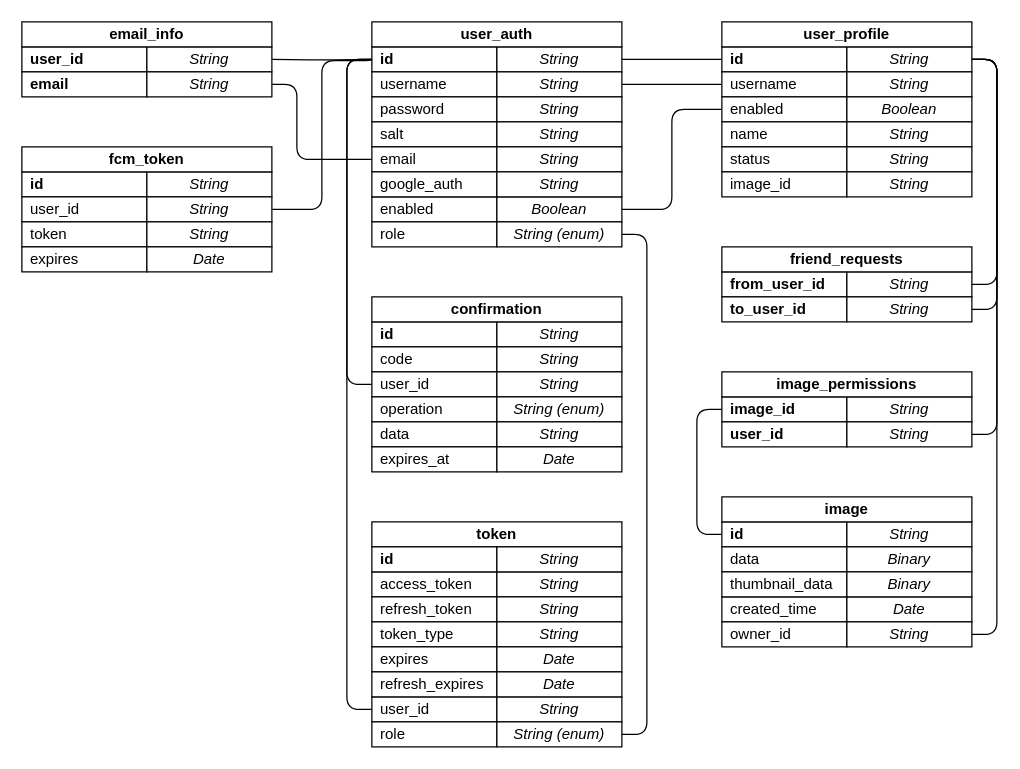
The draw.io diagram doc/db_schema.drawio in drsanches/photobooth, before the edit. Source tidied: cells renumbered, new cells numbered last; positions are measured from the earlier drawing's top-left corner, leaving out a move shared by most shapes. Both pictures are drawn from the tidied source at 125%, with x=0, y=0 at pixel (21, 21).
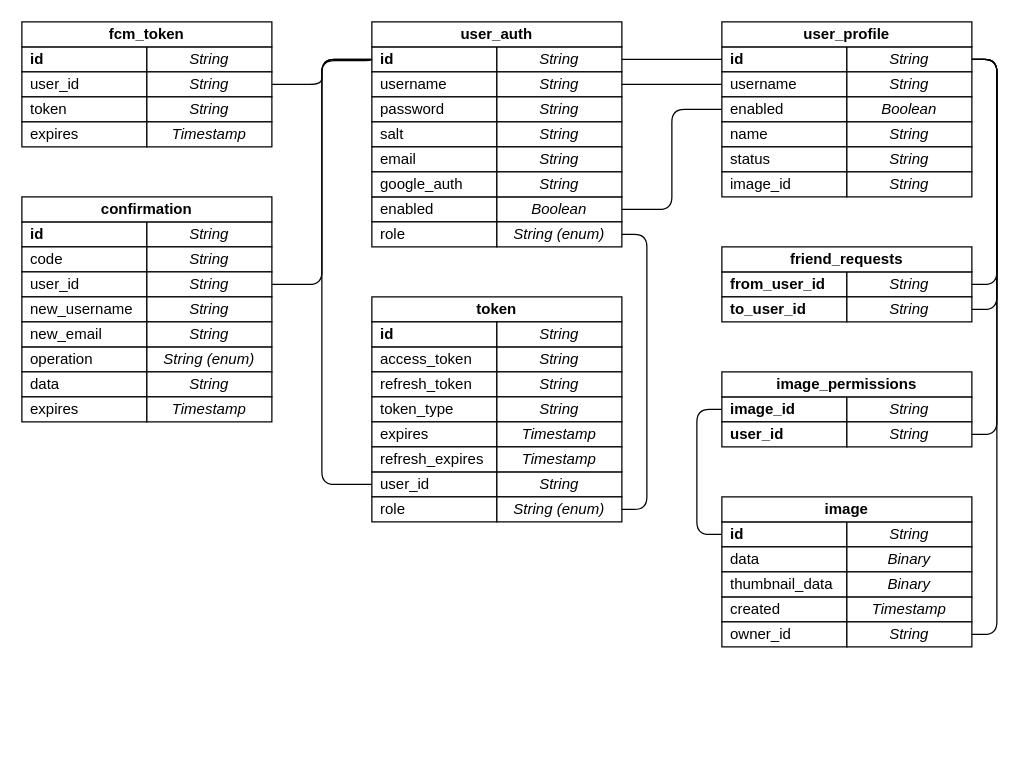
After the change.

The change refers to these unchanged cells:
```xml
<mxCell id="3" value="&lt;b&gt;id&lt;/b&gt;" style="rounded=0;whiteSpace=wrap;html=1;align=left;spacingLeft=5;" parent="1" vertex="1">
  <mxGeometry x="280" y="20" width="100" height="20" as="geometry" />
</mxCell>
<mxCell id="13" value="email" style="rounded=0;whiteSpace=wrap;html=1;align=left;spacingLeft=5;" parent="1" vertex="1">
  <mxGeometry x="280" y="100" width="100" height="20" as="geometry" />
</mxCell>
```

The edit, as a diff of the source:
```diff
@@
     <mxCell id="2" style="edgeStyle=orthogonalEdgeStyle;rounded=1;jettySize=auto;html=1;exitX=0;exitY=0.5;exitDx=0;exitDy=0;entryX=0;entryY=0.5;entryDx=0;entryDy=0;endArrow=none;endFill=0;" parent="1" edge="1" source="3" target="65">
       <mxGeometry relative="1" as="geometry">
         <Array as="points">
-          <mxPoint x="260" y="30" />
-          <mxPoint x="260" y="550" />
+          <mxPoint x="240" y="30" />
+          <mxPoint x="240" y="370" />
         </Array>
       </mxGeometry>
     </mxCell>
@@
     <mxCell id="19" style="edgeStyle=orthogonalEdgeStyle;rounded=1;jettySize=auto;html=1;exitX=1;exitY=0.5;exitDx=0;exitDy=0;entryX=1;entryY=0.5;entryDx=0;entryDy=0;endArrow=none;endFill=0;" parent="1" edge="1" target="68">
       <mxGeometry relative="1" as="geometry">
         <mxPoint x="480" y="170" as="sourcePoint" />
         <Array as="points">
           <mxPoint x="500" y="170" />
-          <mxPoint x="500" y="570" />
+          <mxPoint x="500" y="390" />
         </Array>
       </mxGeometry>
     </mxCell>
@@
-    <mxCell id="47" value="created_time" style="rounded=0;whiteSpace=wrap;html=1;align=left;spacingLeft=5;" parent="1" vertex="1">
+    <mxCell id="47" value="created" style="rounded=0;whiteSpace=wrap;html=1;align=left;spacingLeft=5;" parent="1" vertex="1">
       <mxGeometry x="560" y="460" width="100" height="20" as="geometry" />
     </mxCell>
-    <mxCell id="48" value="Date" style="rounded=0;whiteSpace=wrap;html=1;spacingLeft=0;fontStyle=2;" parent="1" vertex="1">
+    <mxCell id="48" value="Timestamp" style="rounded=0;whiteSpace=wrap;html=1;spacingLeft=0;fontStyle=2;" parent="1" vertex="1">
       <mxGeometry x="660" y="460" width="100" height="20" as="geometry" />
     </mxCell>
@@
     <mxCell id="57" value="access_token" style="rounded=0;whiteSpace=wrap;html=1;align=left;spacingLeft=5;" parent="1" vertex="1">
-      <mxGeometry x="280" y="440" width="100" height="20" as="geometry" />
+      <mxGeometry x="280" y="260" width="100" height="20" as="geometry" />
     </mxCell>
     <mxCell id="58" value="String" style="rounded=0;whiteSpace=wrap;html=1;spacingLeft=0;fontStyle=2;" parent="1" vertex="1">
-      <mxGeometry x="380" y="440" width="100" height="20" as="geometry" />
+      <mxGeometry x="380" y="260" width="100" height="20" as="geometry" />
     </mxCell>
     <mxCell id="59" value="refresh_token" style="rounded=0;whiteSpace=wrap;html=1;align=left;spacingLeft=5;" parent="1" vertex="1">
-      <mxGeometry x="280" y="460" width="100" height="20" as="geometry" />
+      <mxGeometry x="280" y="280" width="100" height="20" as="geometry" />
     </mxCell>
     <mxCell id="60" value="String" style="rounded=0;whiteSpace=wrap;html=1;spacingLeft=0;fontStyle=2;" parent="1" vertex="1">
-      <mxGeometry x="380" y="460" width="100" height="20" as="geometry" />
+      <mxGeometry x="380" y="280" width="100" height="20" as="geometry" />
     </mxCell>
     <mxCell id="61" value="token_type" style="rounded=0;whiteSpace=wrap;html=1;align=left;spacingLeft=5;" parent="1" vertex="1">
-      <mxGeometry x="280" y="480" width="100" height="20" as="geometry" />
+      <mxGeometry x="280" y="300" width="100" height="20" as="geometry" />
     </mxCell>
     <mxCell id="62" value="String" style="rounded=0;whiteSpace=wrap;html=1;spacingLeft=0;fontStyle=2;" parent="1" vertex="1">
-      <mxGeometry x="380" y="480" width="100" height="20" as="geometry" />
+      <mxGeometry x="380" y="300" width="100" height="20" as="geometry" />
     </mxCell>
     <mxCell id="63" value="expires" style="rounded=0;whiteSpace=wrap;html=1;align=left;spacingLeft=5;" parent="1" vertex="1">
-      <mxGeometry x="280" y="500" width="100" height="20" as="geometry" />
+      <mxGeometry x="280" y="320" width="100" height="20" as="geometry" />
     </mxCell>
-    <mxCell id="64" value="Date" style="rounded=0;whiteSpace=wrap;html=1;spacingLeft=0;fontStyle=2;" parent="1" vertex="1">
-      <mxGeometry x="380" y="500" width="100" height="20" as="geometry" />
+    <mxCell id="64" value="Timestamp" style="rounded=0;whiteSpace=wrap;html=1;spacingLeft=0;fontStyle=2;" parent="1" vertex="1">
+      <mxGeometry x="380" y="320" width="100" height="20" as="geometry" />
     </mxCell>
     <mxCell id="65" value="user_id" style="rounded=0;whiteSpace=wrap;html=1;align=left;spacingLeft=5;" parent="1" vertex="1">
-      <mxGeometry x="280" y="540" width="100" height="20" as="geometry" />
+      <mxGeometry x="280" y="360" width="100" height="20" as="geometry" />
     </mxCell>
     <mxCell id="66" value="String" style="rounded=0;whiteSpace=wrap;html=1;spacingLeft=0;fontStyle=2;" parent="1" vertex="1">
-      <mxGeometry x="380" y="540" width="100" height="20" as="geometry" />
+      <mxGeometry x="380" y="360" width="100" height="20" as="geometry" />
     </mxCell>
     <mxCell id="67" value="role" style="rounded=0;whiteSpace=wrap;html=1;align=left;spacingLeft=5;" parent="1" vertex="1">
-      <mxGeometry x="280" y="560" width="100" height="20" as="geometry" />
+      <mxGeometry x="280" y="380" width="100" height="20" as="geometry" />
     </mxCell>
     <mxCell id="68" value="String (enum)" style="rounded=0;whiteSpace=wrap;html=1;spacingLeft=0;fontStyle=2;" parent="1" vertex="1">
-      <mxGeometry x="380" y="560" width="100" height="20" as="geometry" />
+      <mxGeometry x="380" y="380" width="100" height="20" as="geometry" />
     </mxCell>
     <mxCell id="69" value="token" style="rounded=0;whiteSpace=wrap;html=1;fontStyle=1;" parent="1" vertex="1">
-      <mxGeometry x="280" y="400" width="200" height="20" as="geometry" />
+      <mxGeometry x="280" y="220" width="200" height="20" as="geometry" />
     </mxCell>
@@
     <mxCell id="76" value="&lt;b&gt;id&lt;/b&gt;" style="rounded=0;whiteSpace=wrap;html=1;align=left;spacingLeft=5;" parent="1" vertex="1">
-      <mxGeometry x="280" y="240" width="100" height="20" as="geometry" />
+      <mxGeometry y="160" width="100" height="20" as="geometry" />
     </mxCell>
     <mxCell id="77" value="String" style="rounded=0;whiteSpace=wrap;html=1;spacingLeft=0;fontStyle=2;" parent="1" vertex="1">
-      <mxGeometry x="380" y="240" width="100" height="20" as="geometry" />
+      <mxGeometry x="100" y="160" width="100" height="20" as="geometry" />
     </mxCell>
     <mxCell id="78" value="confirmation" style="rounded=0;whiteSpace=wrap;html=1;fontStyle=1;" parent="1" vertex="1">
-      <mxGeometry x="280" y="220" width="200" height="20" as="geometry" />
+      <mxGeometry y="140" width="200" height="20" as="geometry" />
     </mxCell>
     <mxCell id="79" value="&lt;span&gt;code&lt;/span&gt;" style="rounded=0;whiteSpace=wrap;html=1;align=left;spacingLeft=5;fontStyle=0;" parent="1" vertex="1">
-      <mxGeometry x="280" y="260" width="100" height="20" as="geometry" />
+      <mxGeometry y="180" width="100" height="20" as="geometry" />
     </mxCell>
     <mxCell id="80" value="String" style="rounded=0;whiteSpace=wrap;html=1;spacingLeft=0;fontStyle=2;" parent="1" vertex="1">
-      <mxGeometry x="380" y="260" width="100" height="20" as="geometry" />
+      <mxGeometry x="100" y="180" width="100" height="20" as="geometry" />
     </mxCell>
     <mxCell id="81" value="&lt;span&gt;user_id&lt;/span&gt;" style="rounded=0;whiteSpace=wrap;html=1;align=left;spacingLeft=5;fontStyle=0;" parent="1" vertex="1">
-      <mxGeometry x="280" y="280" width="100" height="20" as="geometry" />
+      <mxGeometry y="200" width="100" height="20" as="geometry" />
     </mxCell>
     <mxCell id="82" value="String" style="rounded=0;whiteSpace=wrap;html=1;spacingLeft=0;fontStyle=2;" parent="1" vertex="1">
-      <mxGeometry x="380" y="280" width="100" height="20" as="geometry" />
+      <mxGeometry x="100" y="200" width="100" height="20" as="geometry" />
     </mxCell>
     <mxCell id="83" value="operation" style="rounded=0;whiteSpace=wrap;html=1;align=left;spacingLeft=5;fontStyle=0;" parent="1" vertex="1">
-      <mxGeometry x="280" y="300" width="100" height="20" as="geometry" />
+      <mxGeometry y="260" width="100" height="20" as="geometry" />
     </mxCell>
     <mxCell id="84" value="String (enum)" style="rounded=0;whiteSpace=wrap;html=1;spacingLeft=0;fontStyle=2;" parent="1" vertex="1">
-      <mxGeometry x="380" y="300" width="100" height="20" as="geometry" />
+      <mxGeometry x="100" y="260" width="100" height="20" as="geometry" />
     </mxCell>
     <mxCell id="85" value="&lt;span&gt;data&lt;/span&gt;" style="rounded=0;whiteSpace=wrap;html=1;align=left;spacingLeft=5;fontStyle=0;" parent="1" vertex="1">
-      <mxGeometry x="280" y="320" width="100" height="20" as="geometry" />
+      <mxGeometry y="280" width="100" height="20" as="geometry" />
     </mxCell>
     <mxCell id="86" value="String" style="rounded=0;whiteSpace=wrap;html=1;spacingLeft=0;fontStyle=2;" parent="1" vertex="1">
-      <mxGeometry x="380" y="320" width="100" height="20" as="geometry" />
+      <mxGeometry x="100" y="280" width="100" height="20" as="geometry" />
     </mxCell>
-    <mxCell id="87" value="&lt;span&gt;expires_at&lt;/span&gt;" style="rounded=0;whiteSpace=wrap;html=1;align=left;spacingLeft=5;fontStyle=0;" parent="1" vertex="1">
-      <mxGeometry x="280" y="340" width="100" height="20" as="geometry" />
+    <mxCell id="87" value="&lt;span&gt;expires&lt;/span&gt;" style="rounded=0;whiteSpace=wrap;html=1;align=left;spacingLeft=5;fontStyle=0;" parent="1" vertex="1">
+      <mxGeometry y="300" width="100" height="20" as="geometry" />
     </mxCell>
-    <mxCell id="88" value="Date" style="rounded=0;whiteSpace=wrap;html=1;spacingLeft=0;fontStyle=2;" parent="1" vertex="1">
-      <mxGeometry x="380" y="340" width="100" height="20" as="geometry" />
+    <mxCell id="88" value="Timestamp" style="rounded=0;whiteSpace=wrap;html=1;spacingLeft=0;fontStyle=2;" parent="1" vertex="1">
+      <mxGeometry x="100" y="300" width="100" height="20" as="geometry" />
     </mxCell>
-    <mxCell id="89" style="edgeStyle=orthogonalEdgeStyle;rounded=1;jettySize=auto;html=1;exitX=0;exitY=0.5;exitDx=0;exitDy=0;entryX=0;entryY=0.5;entryDx=0;entryDy=0;endArrow=none;endFill=0;" parent="1" edge="1" source="3" target="81">
+    <mxCell id="89" style="edgeStyle=orthogonalEdgeStyle;rounded=1;jettySize=auto;html=1;exitX=0;exitY=0.5;exitDx=0;exitDy=0;endArrow=none;endFill=0;entryX=1;entryY=0.5;entryDx=0;entryDy=0;" parent="1" edge="1" source="3" target="82">
       <mxGeometry relative="1" as="geometry">
         <Array as="points">
-          <mxPoint x="260" y="30" />
-          <mxPoint x="260" y="290" />
+          <mxPoint x="240" y="30" />
+          <mxPoint x="240" y="210" />
         </Array>
       </mxGeometry>
     </mxCell>
     <mxCell id="90" value="&lt;b&gt;id&lt;/b&gt;" style="rounded=0;whiteSpace=wrap;html=1;align=left;spacingLeft=5;" parent="1" vertex="1">
-      <mxGeometry x="280" y="420" width="100" height="20" as="geometry" />
+      <mxGeometry x="280" y="240" width="100" height="20" as="geometry" />
     </mxCell>
     <mxCell id="91" value="String" style="rounded=0;whiteSpace=wrap;html=1;spacingLeft=0;fontStyle=2;" parent="1" vertex="1">
-      <mxGeometry x="380" y="420" width="100" height="20" as="geometry" />
+      <mxGeometry x="380" y="240" width="100" height="20" as="geometry" />
     </mxCell>
     <mxCell id="92" value="refresh_expires" style="rounded=0;whiteSpace=wrap;html=1;align=left;spacingLeft=5;" parent="1" vertex="1">
-      <mxGeometry x="280" y="520" width="100" height="20" as="geometry" />
+      <mxGeometry x="280" y="340" width="100" height="20" as="geometry" />
     </mxCell>
-    <mxCell id="93" value="Date" style="rounded=0;whiteSpace=wrap;html=1;spacingLeft=0;fontStyle=2;" parent="1" vertex="1">
-      <mxGeometry x="380" y="520" width="100" height="20" as="geometry" />
+    <mxCell id="93" value="Timestamp" style="rounded=0;whiteSpace=wrap;html=1;spacingLeft=0;fontStyle=2;" parent="1" vertex="1">
+      <mxGeometry x="380" y="340" width="100" height="20" as="geometry" />
     </mxCell>
-    <mxCell id="94" value="&lt;b&gt;user_id&lt;/b&gt;" style="rounded=0;whiteSpace=wrap;html=1;align=left;spacingLeft=5;" parent="1" vertex="1">
-      <mxGeometry y="20" width="100" height="20" as="geometry" />
-    </mxCell>
-    <mxCell id="95" style="edgeStyle=orthogonalEdgeStyle;rounded=0;jettySize=auto;html=1;exitX=1;exitY=0.5;exitDx=0;exitDy=0;entryX=0;entryY=0.5;entryDx=0;entryDy=0;strokeColor=none;" parent="1" edge="1" source="96" target="3">
-      <mxGeometry relative="1" as="geometry" />
+    <mxCell id="95" style="edgeStyle=orthogonalEdgeStyle;rounded=0;jettySize=auto;html=1;exitX=1;exitY=0.5;exitDx=0;exitDy=0;entryX=0;entryY=0.5;entryDx=0;entryDy=0;strokeColor=none;" parent="1" edge="1" target="3">
+      <mxGeometry relative="1" as="geometry">
+        <mxPoint x="200" y="30" as="sourcePoint" />
+      </mxGeometry>
     </mxCell>
-    <mxCell id="96" value="String" style="rounded=0;whiteSpace=wrap;html=1;spacingLeft=0;fontStyle=2;" parent="1" vertex="1">
-      <mxGeometry x="100" y="20" width="100" height="20" as="geometry" />
-    </mxCell>
-    <mxCell id="97" value="&lt;b&gt;email&lt;/b&gt;" style="rounded=0;whiteSpace=wrap;html=1;align=left;spacingLeft=5;" parent="1" vertex="1">
-      <mxGeometry y="40" width="100" height="20" as="geometry" />
-    </mxCell>
-    <mxCell id="98" value="String" style="rounded=0;whiteSpace=wrap;html=1;spacingLeft=0;fontStyle=2;" parent="1" vertex="1">
-      <mxGeometry x="100" y="40" width="100" height="20" as="geometry" />
-    </mxCell>
-    <mxCell id="99" value="email_info" style="rounded=0;whiteSpace=wrap;html=1;fontStyle=1;" parent="1" vertex="1">
-      <mxGeometry width="200" height="20" as="geometry" />
-    </mxCell>
-    <mxCell id="100" style="edgeStyle=orthogonalEdgeStyle;rounded=1;jettySize=auto;html=1;entryX=1;entryY=0.5;entryDx=0;entryDy=0;endArrow=none;endFill=0;" parent="1" edge="1" target="96">
-      <mxGeometry relative="1" as="geometry">
-        <mxPoint x="280" y="30" as="sourcePoint" />
-      </mxGeometry>
-    </mxCell>
-    <mxCell id="101" style="edgeStyle=orthogonalEdgeStyle;rounded=1;jettySize=auto;html=1;entryX=1;entryY=0.5;entryDx=0;entryDy=0;endArrow=none;endFill=0;exitX=0;exitY=0.5;exitDx=0;exitDy=0;" parent="1" edge="1" source="13" target="98">
-      <mxGeometry relative="1" as="geometry">
-        <Array as="points">
-          <mxPoint x="220" y="110" />
-          <mxPoint x="220" y="50" />
-        </Array>
-      </mxGeometry>
-    </mxCell>
     <mxCell id="102" value="&lt;b&gt;id&lt;/b&gt;" style="rounded=0;whiteSpace=wrap;html=1;align=left;spacingLeft=5;" parent="1" vertex="1">
-      <mxGeometry y="120" width="100" height="20" as="geometry" />
+      <mxGeometry y="20" width="100" height="20" as="geometry" />
     </mxCell>
     <mxCell id="103" value="String" style="rounded=0;whiteSpace=wrap;html=1;spacingLeft=0;fontStyle=2;" parent="1" vertex="1">
-      <mxGeometry x="100" y="120" width="100" height="20" as="geometry" />
+      <mxGeometry x="100" y="20" width="100" height="20" as="geometry" />
     </mxCell>
     <mxCell id="104" value="user_id" style="rounded=0;whiteSpace=wrap;html=1;align=left;spacingLeft=5;" parent="1" vertex="1">
-      <mxGeometry y="140" width="100" height="20" as="geometry" />
+      <mxGeometry y="40" width="100" height="20" as="geometry" />
     </mxCell>
     <mxCell id="105" value="String" style="rounded=0;whiteSpace=wrap;html=1;spacingLeft=0;fontStyle=2;" parent="1" vertex="1">
-      <mxGeometry x="100" y="140" width="100" height="20" as="geometry" />
+      <mxGeometry x="100" y="40" width="100" height="20" as="geometry" />
     </mxCell>
     <mxCell id="106" value="fcm_token" style="rounded=0;whiteSpace=wrap;html=1;fontStyle=1;" parent="1" vertex="1">
-      <mxGeometry y="100" width="200" height="20" as="geometry" />
+      <mxGeometry width="200" height="20" as="geometry" />
     </mxCell>
     <mxCell id="107" value="token" style="rounded=0;whiteSpace=wrap;html=1;align=left;spacingLeft=5;" parent="1" vertex="1">
-      <mxGeometry y="160" width="100" height="20" as="geometry" />
+      <mxGeometry y="60" width="100" height="20" as="geometry" />
     </mxCell>
     <mxCell id="108" value="String" style="rounded=0;whiteSpace=wrap;html=1;spacingLeft=0;fontStyle=2;" parent="1" vertex="1">
-      <mxGeometry x="100" y="160" width="100" height="20" as="geometry" />
+      <mxGeometry x="100" y="60" width="100" height="20" as="geometry" />
     </mxCell>
     <mxCell id="109" value="expires" style="rounded=0;whiteSpace=wrap;html=1;align=left;spacingLeft=5;" parent="1" vertex="1">
-      <mxGeometry y="180" width="100" height="20" as="geometry" />
+      <mxGeometry y="80" width="100" height="20" as="geometry" />
     </mxCell>
-    <mxCell id="110" value="Date" style="rounded=0;whiteSpace=wrap;html=1;spacingLeft=0;fontStyle=2;" parent="1" vertex="1">
-      <mxGeometry x="100" y="180" width="100" height="20" as="geometry" />
+    <mxCell id="110" value="Timestamp" style="rounded=0;whiteSpace=wrap;html=1;spacingLeft=0;fontStyle=2;" parent="1" vertex="1">
+      <mxGeometry x="100" y="80" width="100" height="20" as="geometry" />
     </mxCell>
     <mxCell id="111" style="edgeStyle=orthogonalEdgeStyle;rounded=1;jettySize=auto;html=1;entryX=1;entryY=0.5;entryDx=0;entryDy=0;endArrow=none;endFill=0;" parent="1" edge="1" target="105">
       <mxGeometry relative="1" as="geometry">
         <mxPoint x="280" y="30" as="sourcePoint" />
         <Array as="points">
-          <mxPoint x="280" y="31" />
           <mxPoint x="240" y="31" />
-          <mxPoint x="240" y="150" />
+          <mxPoint x="240" y="50" />
         </Array>
       </mxGeometry>
     </mxCell>
+    <mxCell id="112" value="&lt;span&gt;ne&lt;/span&gt;w_username" style="rounded=0;whiteSpace=wrap;html=1;align=left;spacingLeft=5;fontStyle=0;" parent="1" vertex="1">
+      <mxGeometry y="220" width="100" height="20" as="geometry" />
+    </mxCell>
+    <mxCell id="113" value="String" style="rounded=0;whiteSpace=wrap;html=1;spacingLeft=0;fontStyle=2;" parent="1" vertex="1">
+      <mxGeometry x="100" y="220" width="100" height="20" as="geometry" />
+    </mxCell>
+    <mxCell id="114" value="&lt;span&gt;ne&lt;/span&gt;w_email" style="rounded=0;whiteSpace=wrap;html=1;align=left;spacingLeft=5;fontStyle=0;" parent="1" vertex="1">
+      <mxGeometry y="240" width="100" height="20" as="geometry" />
+    </mxCell>
+    <mxCell id="115" value="String" style="rounded=0;whiteSpace=wrap;html=1;spacingLeft=0;fontStyle=2;" parent="1" vertex="1">
+      <mxGeometry x="100" y="240" width="100" height="20" as="geometry" />
+    </mxCell>
```
